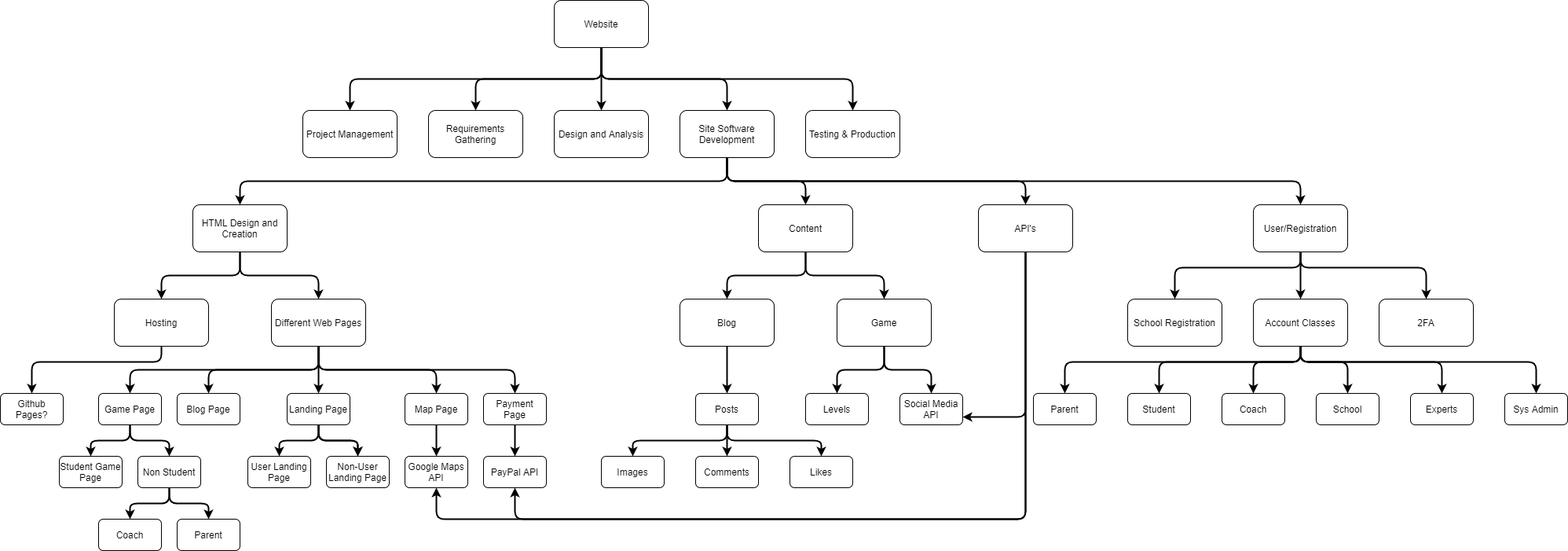
This is Deliverables/Week_5/Work Breakdown Structure.png from Hanandrof/Group-3-Repository, a draw.io export, as it was before one commit. Source tidied: cells renumbered, new cells last; positions are measured from the earlier drawing's top-left corner, leaving out a move shared by most shapes.
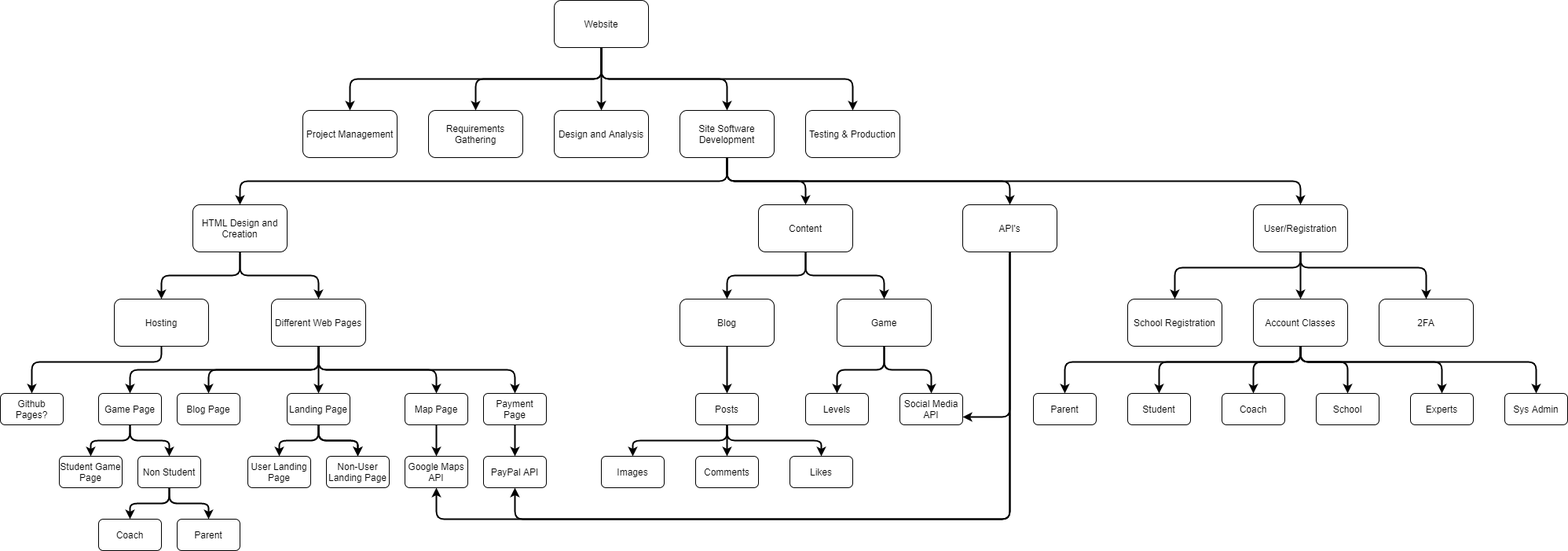
The same diagram one commit later.

Diff of the diagram source:
```diff
@@ -260,11 +260,11 @@
     <mxCell id="57" style="edgeStyle=orthogonalEdgeStyle;rounded=1;jettySize=auto;html=1;entryX=0.5;entryY=0;entryDx=0;entryDy=0;strokeWidth=2;" parent="1" edge="1" source="61" target="72">
       <mxGeometry relative="1" as="geometry" />
     </mxCell>
-    <mxCell id="58" style="edgeStyle=orthogonalEdgeStyle;rounded=1;jettySize=auto;html=1;strokeWidth=2;" parent="1" edge="1" source="61" target="76">
+    <mxCell id="58" style="edgeStyle=orthogonalEdgeStyle;rounded=1;jettySize=auto;html=1;strokeWidth=2;entryX=0.5;entryY=0;entryDx=0;entryDy=0;" parent="1" edge="1" source="61" target="76">
       <mxGeometry relative="1" as="geometry">
         <Array as="points">
           <mxPoint x="925" y="230" />
-          <mxPoint x="1305" y="230" />
+          <mxPoint x="1285" y="230" />
         </Array>
       </mxGeometry>
     </mxCell>
@@ -333,29 +333,28 @@
     <mxCell id="73" style="edgeStyle=orthogonalEdgeStyle;rounded=1;jettySize=auto;html=1;entryX=1;entryY=0.75;entryDx=0;entryDy=0;strokeWidth=2;" parent="1" edge="1" source="76" target="45">
       <mxGeometry relative="1" as="geometry">
         <Array as="points">
-          <mxPoint x="1305" y="530" />
+          <mxPoint x="1285" y="530" />
         </Array>
       </mxGeometry>
     </mxCell>
     <mxCell id="74" style="edgeStyle=orthogonalEdgeStyle;rounded=1;jettySize=auto;html=1;entryX=0.5;entryY=1;entryDx=0;entryDy=0;strokeWidth=2;" parent="1" edge="1" source="76" target="53">
       <mxGeometry relative="1" as="geometry">
         <Array as="points">
-          <mxPoint x="1305" y="660" />
+          <mxPoint x="1285" y="660" />
           <mxPoint x="555" y="660" />
-          <mxPoint x="555" y="620" />
         </Array>
       </mxGeometry>
     </mxCell>
-    <mxCell id="75" style="edgeStyle=orthogonalEdgeStyle;rounded=1;jettySize=auto;html=1;strokeWidth=2;entryX=0.5;entryY=1;entryDx=0;entryDy=0;" parent="1" edge="1" source="76" target="88">
+    <mxCell id="75" style="edgeStyle=orthogonalEdgeStyle;rounded=1;jettySize=auto;html=1;strokeWidth=2;entryX=0.5;entryY=1;entryDx=0;entryDy=0;exitX=0.5;exitY=1;exitDx=0;exitDy=0;" parent="1" edge="1" source="76" target="88">
       <mxGeometry relative="1" as="geometry">
         <Array as="points">
-          <mxPoint x="1305" y="660" />
+          <mxPoint x="1285" y="660" />
           <mxPoint x="655" y="660" />
         </Array>
       </mxGeometry>
     </mxCell>
     <mxCell id="76" value="API's" style="rounded=1;whiteSpace=wrap;html=1;" parent="1" vertex="1">
-      <mxGeometry x="1245" y="260" width="120" height="60" as="geometry" />
+      <mxGeometry x="1225" y="260" width="120" height="60" as="geometry" />
     </mxCell>
     <mxCell id="77" value="User Landing Page" style="rounded=1;whiteSpace=wrap;html=1;" parent="1" vertex="1">
       <mxGeometry x="315" y="580" width="80" height="40" as="geometry" />
```
